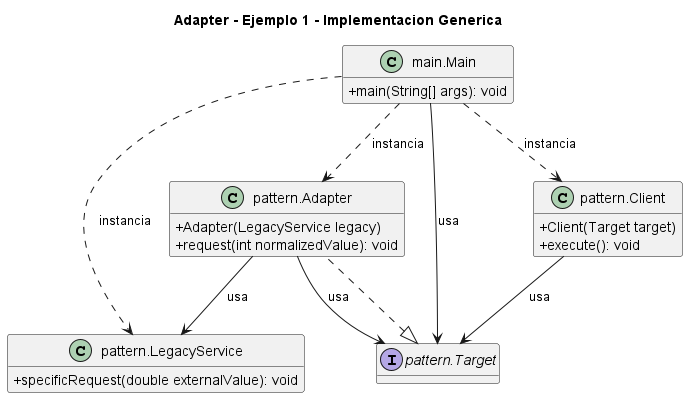
This is 2. Estructurales/Adapter/Ejemplo 1 - Implementacion Generica/UML.png from NicoCG32/Patrones-de-Software-y-Programacion-UCN, a PlantUML export, as it was before one commit. Its diagram source:
```plantuml
@startuml
title Adapter - Ejemplo 1 - Implementacion Generica
skinparam classAttributeIconSize 0
hide empty fields
class "main.Main" as main_Main {
  +main(String[] args): void
}
class "pattern.Adapter" as pattern_Adapter {
  +Adapter(LegacyService legacy)
  +request(int normalizedValue): void
}
class "pattern.Client" as pattern_Client {
  +Client(Target target)
  +execute(): void
}
class "pattern.LegacyService" as pattern_LegacyService {
  +specificRequest(double externalValue): void
}
interface "pattern.Target" as pattern_Target {
}
pattern_Target <|.. pattern_Adapter
main_Main ..> pattern_Adapter : instancia
main_Main ..> pattern_Client : instancia
main_Main ..> pattern_LegacyService : instancia
main_Main --> pattern_Target : usa
pattern_Adapter --> pattern_LegacyService : usa
pattern_Adapter --> pattern_Target : usa
pattern_Client --> pattern_Target : usa
@enduml
```
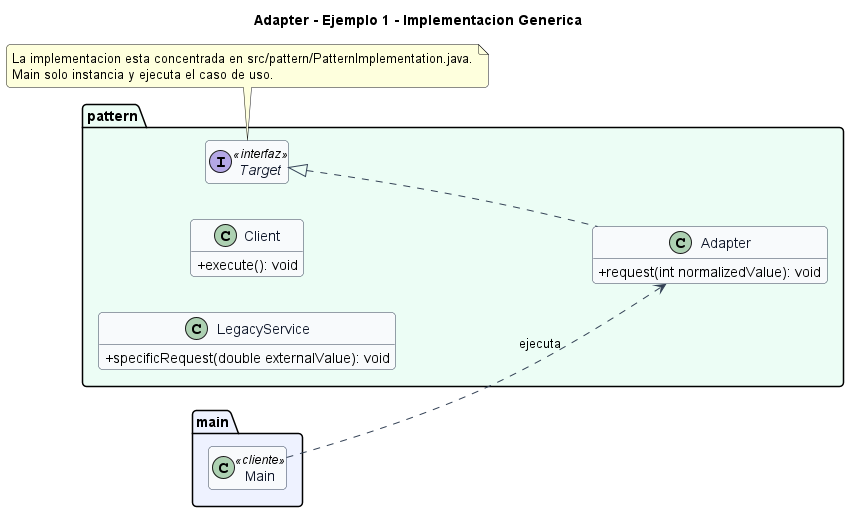
The same diagram one commit later.

What changed in the source:
```diff
@@ -1,29 +1,41 @@
 @startuml
 title Adapter - Ejemplo 1 - Implementacion Generica
+left to right direction
+skinparam backgroundColor #FFFFFF
+skinparam shadowing false
+skinparam roundcorner 8
 skinparam classAttributeIconSize 0
-hide empty fields
-class "main.Main" as main_Main {
-  +main(String[] args): void
+skinparam class {
+  BackgroundColor #F8FAFC
+  BorderColor #334155
+  ArrowColor #334155
+  FontColor #0F172A
 }
-class "pattern.Adapter" as pattern_Adapter {
-  +Adapter(LegacyService legacy)
-  +request(int normalizedValue): void
+hide empty members
+
+package "main" #EEF2FF {
+  class Main <<cliente>>
 }
-class "pattern.Client" as pattern_Client {
-  +Client(Target target)
-  +execute(): void
+
+package "pattern" #ECFDF5 {
+  class Adapter {
+    +request(int normalizedValue): void
+  }
+  class Client {
+    +execute(): void
+  }
+  class LegacyService {
+    +specificRequest(double externalValue): void
+  }
+  interface Target <<interfaz>> {
+  }
 }
-class "pattern.LegacyService" as pattern_LegacyService {
-  +specificRequest(double externalValue): void
-}
-interface "pattern.Target" as pattern_Target {
-}
-pattern_Target <|.. pattern_Adapter
-main_Main ..> pattern_Adapter : instancia
-main_Main ..> pattern_Client : instancia
-main_Main ..> pattern_LegacyService : instancia
-main_Main --> pattern_Target : usa
-pattern_Adapter --> pattern_LegacyService : usa
-pattern_Adapter --> pattern_Target : usa
-pattern_Client --> pattern_Target : usa
+
+Target <|.. Adapter
+Main ..> Adapter : ejecuta
+
+note bottom
+La implementacion esta concentrada en src/pattern/PatternImplementation.java.
+Main solo instancia y ejecuta el caso de uso.
+end note
 @enduml
```
